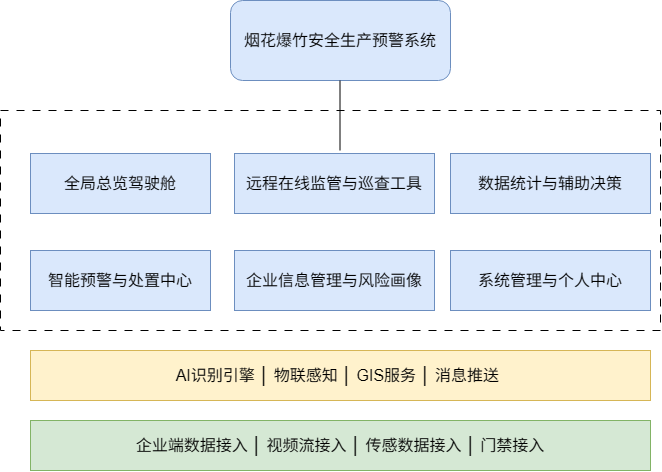
jijiajia19/draw.io.cache keeps this draw.io diagram as 未命名绘图.drawio.png. Above is the earlier version. Source tidied: cells renumbered, new cells last; positions are measured from the earlier drawing's top-left corner, leaving out a move shared by most shapes. The source it was exported from:
```xml
<mxGraphModel>
  <root>
    <mxCell id="0" />
    <mxCell id="1" parent="0" />
    <mxCell id="2" style="rounded=0;whiteSpace=wrap;html=1;dashed=1;dashPattern=8 8;" parent="1" vertex="1">
      <mxGeometry y="110" width="660" height="220" as="geometry" />
    </mxCell>
    <mxCell id="3" value="烟花爆竹安全生产预警系统" style="rounded=1;whiteSpace=wrap;html=1;fillColor=#dae8fc;strokeColor=#6c8ebf;fontSize=16;" parent="1" vertex="1">
      <mxGeometry x="230" width="220" height="80" as="geometry" />
    </mxCell>
    <mxCell id="4" value="全局总览驾驶舱" style="rounded=0;whiteSpace=wrap;html=1;fillColor=#dae8fc;strokeColor=#6c8ebf;fontSize=16;" parent="1" vertex="1">
      <mxGeometry x="30" y="153" width="180" height="60" as="geometry" />
    </mxCell>
    <mxCell id="5" value="智能预警与处置中心" style="rounded=0;whiteSpace=wrap;html=1;fillColor=#dae8fc;strokeColor=#6c8ebf;fontSize=16;" parent="1" vertex="1">
      <mxGeometry x="30" y="250" width="180" height="60" as="geometry" />
    </mxCell>
    <mxCell id="6" value="远程在线监管与巡查工具" style="rounded=0;whiteSpace=wrap;html=1;fillColor=#dae8fc;strokeColor=#6c8ebf;fontSize=16;" parent="1" vertex="1">
      <mxGeometry x="234" y="153" width="200" height="60" as="geometry" />
    </mxCell>
    <mxCell id="7" value="企业信息管理与风险画像" style="rounded=0;whiteSpace=wrap;html=1;fillColor=#dae8fc;strokeColor=#6c8ebf;fontSize=16;" parent="1" vertex="1">
      <mxGeometry x="234" y="250" width="200" height="60" as="geometry" />
    </mxCell>
    <mxCell id="8" value="数据统计与辅助决策" style="rounded=0;whiteSpace=wrap;html=1;fillColor=#dae8fc;strokeColor=#6c8ebf;fontSize=16;" parent="1" vertex="1">
      <mxGeometry x="450" y="153" width="200" height="60" as="geometry" />
    </mxCell>
    <mxCell id="9" value="系统管理与个人中心" style="rounded=0;whiteSpace=wrap;html=1;fillColor=#dae8fc;strokeColor=#6c8ebf;fontSize=16;" parent="1" vertex="1">
      <mxGeometry x="450" y="250" width="200" height="60" as="geometry" />
    </mxCell>
    <mxCell id="10" style="endArrow=none;html=1;rounded=0;" parent="1" edge="1">
      <mxGeometry relative="1" as="geometry">
        <mxPoint x="339.5" y="150" as="sourcePoint" />
        <mxPoint x="339.5" y="80" as="targetPoint" />
      </mxGeometry>
    </mxCell>
    <mxCell id="11" value="&lt;font&gt;&amp;nbsp;AI识别引擎 │ 物联感知 │ GIS服务 │ 消息推送&amp;nbsp;&amp;nbsp;&lt;/font&gt;" style="rounded=0;whiteSpace=wrap;html=1;fillColor=#fff2cc;strokeColor=#d6b656;fontSize=16;" parent="1" vertex="1">
      <mxGeometry x="30" y="350" width="620" height="50" as="geometry" />
    </mxCell>
    <mxCell id="12" value="企业端数据接入 │ 视频流接入 │ 传感数据接入 │ 门禁接入" style="rounded=0;whiteSpace=wrap;html=1;fontSize=16;fillColor=#d5e8d4;strokeColor=#82b366;" parent="1" vertex="1">
      <mxGeometry x="30" y="420" width="620" height="50" as="geometry" />
    </mxCell>
  </root>
</mxGraphModel>
```
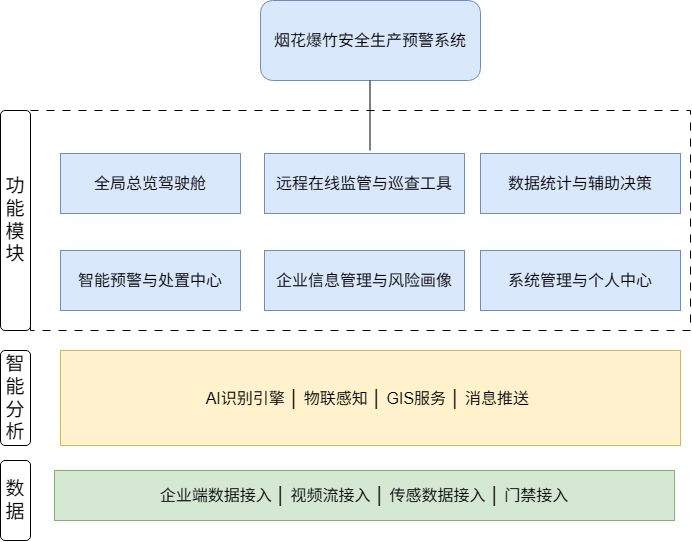
Later version of the same file.

Commit message:
更新未命名绘图.drawio.png

What changed in the source:
```diff
@@ -33,10 +33,19 @@
       </mxGeometry>
     </mxCell>
     <mxCell id="11" value="&lt;font&gt;&amp;nbsp;AI识别引擎 │ 物联感知 │ GIS服务 │ 消息推送&amp;nbsp;&amp;nbsp;&lt;/font&gt;" style="rounded=0;whiteSpace=wrap;html=1;fillColor=#fff2cc;strokeColor=#d6b656;fontSize=16;" parent="1" vertex="1">
-      <mxGeometry x="30" y="350" width="620" height="50" as="geometry" />
+      <mxGeometry x="30" y="350" width="620" height="95" as="geometry" />
     </mxCell>
     <mxCell id="12" value="企业端数据接入 │ 视频流接入 │ 传感数据接入 │ 门禁接入" style="rounded=0;whiteSpace=wrap;html=1;fontSize=16;fillColor=#d5e8d4;strokeColor=#82b366;" parent="1" vertex="1">
-      <mxGeometry x="30" y="420" width="620" height="50" as="geometry" />
+      <mxGeometry x="24" y="470" width="620" height="50" as="geometry" />
     </mxCell>
+    <mxCell id="13" value="&lt;font style=&quot;font-size: 19px;&quot;&gt;功能模块&lt;/font&gt;" style="rounded=1;whiteSpace=wrap;html=1;" parent="1" vertex="1">
+      <mxGeometry x="-30" y="110" width="30" height="220" as="geometry" />
+    </mxCell>
+    <mxCell id="14" value="&lt;span style=&quot;font-size: 19px;&quot;&gt;智能分析&lt;/span&gt;" style="rounded=1;whiteSpace=wrap;html=1;" parent="1" vertex="1">
+      <mxGeometry x="-30" y="350" width="30" height="95" as="geometry" />
+    </mxCell>
+    <mxCell id="15" value="&lt;span style=&quot;font-size: 19px;&quot;&gt;数据&lt;/span&gt;" style="rounded=1;whiteSpace=wrap;html=1;" parent="1" vertex="1">
+      <mxGeometry x="-30" y="460" width="30" height="80" as="geometry" />
+    </mxCell>
   </root>
 </mxGraphModel>
```
